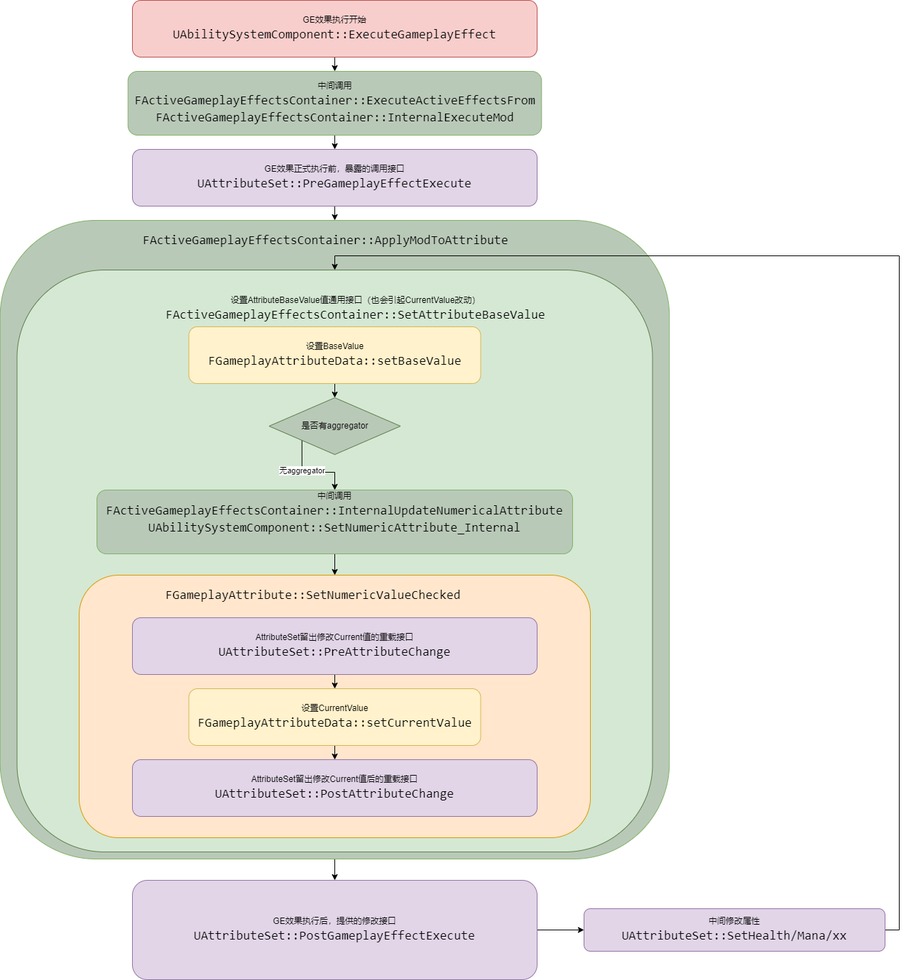
Earlier version of the draw.io export source/_posts/GAS_Learn/GE修改属性示意图.drawio.png (obsidian-zero/obsidian-zero.github.io). Source tidied: cells renumbered, new cells last; positions are measured from the earlier drawing's top-left corner, leaving out a move shared by most shapes.
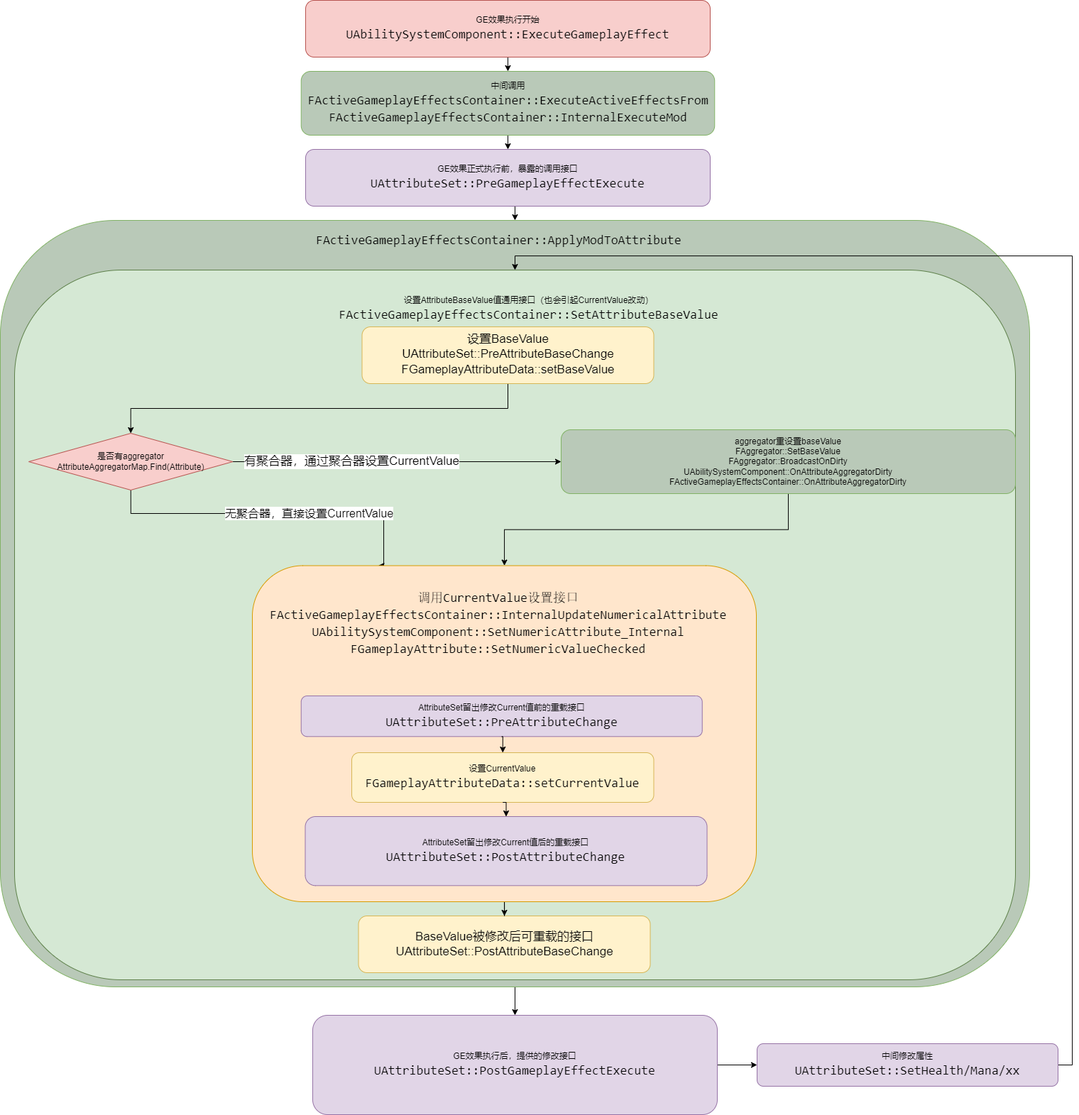
Above is the later version.

Change to the diagram source:
```diff
@@ -24,62 +24,47 @@
       <mxGeometry relative="1" as="geometry" />
     </mxCell>
     <mxCell id="9" style="rounded=1;whiteSpace=wrap;html=1;fillColor=#B9C9B8;strokeColor=#82b366;" parent="1" vertex="1">
-      <mxGeometry x="-0.2" y="310" width="942.5" height="900" as="geometry" />
+      <mxGeometry x="-244" y="310" width="1450" height="1080" as="geometry" />
     </mxCell>
     <mxCell id="10" style="rounded=1;whiteSpace=wrap;html=1;fillColor=#d5e8d4;strokeColor=#5D8049;" parent="1" vertex="1">
-      <mxGeometry x="23.5" y="380" width="895" height="820" as="geometry" />
+      <mxGeometry x="-224" y="380" width="1410" height="1000" as="geometry" />
     </mxCell>
-    <mxCell id="11" style="edgeStyle=orthogonalEdgeStyle;rounded=0;jettySize=auto;html=1;exitX=0.5;exitY=1;exitDx=0;exitDy=0;entryX=0.5;entryY=0;entryDx=0;entryDy=0;fontColor=#000000;" parent="1" edge="1" source="12" target="15">
+    <mxCell id="11" style="edgeStyle=orthogonalEdgeStyle;rounded=0;jettySize=auto;html=1;exitX=0.5;exitY=1;exitDx=0;exitDy=0;" parent="1" edge="1" source="12" target="15">
       <mxGeometry relative="1" as="geometry" />
     </mxCell>
-    <mxCell id="12" value="设置BaseValue&lt;br&gt;&lt;div style=&quot;font-family: Consolas, &amp;quot;Courier New&amp;quot;, monospace; font-size: 18px; line-height: 24px;&quot;&gt;&lt;div style=&quot;line-height: 24px;&quot;&gt;FGameplayAttributeData::setBaseValue&lt;/div&gt;&lt;/div&gt;" style="rounded=1;whiteSpace=wrap;html=1;fillColor=#fff2cc;strokeColor=#d6b656;" parent="1" vertex="1">
+    <mxCell id="12" value="&lt;font style=&quot;font-size: 17px;&quot;&gt;设置BaseValue&lt;br&gt;UAttributeSet::PreAttributeBaseChange&lt;br&gt;&lt;/font&gt;&lt;div style=&quot;line-height: 24px; font-size: 17px;&quot;&gt;&lt;div style=&quot;line-height: 24px;&quot;&gt;&lt;font style=&quot;font-size: 17px;&quot;&gt;FGameplayAttributeData::setBaseValue&lt;/font&gt;&lt;/div&gt;&lt;/div&gt;" style="rounded=1;whiteSpace=wrap;html=1;fillColor=#fff2cc;strokeColor=#d6b656;" parent="1" vertex="1">
       <mxGeometry x="265.5" y="460" width="411" height="80" as="geometry" />
     </mxCell>
-    <mxCell id="13" style="edgeStyle=orthogonalEdgeStyle;rounded=0;jettySize=auto;html=1;exitX=0;exitY=1;exitDx=0;exitDy=0;entryX=0.5;entryY=0;entryDx=0;entryDy=0;fontColor=#000000;" parent="1" edge="1" source="15" target="17">
-      <mxGeometry relative="1" as="geometry" />
-    </mxCell>
-    <mxCell id="14" value="无aggregator" style="edgeLabel;html=1;align=center;verticalAlign=middle;fontColor=#000000;" parent="13" vertex="1">
-      <mxGeometry x="-0.26" relative="1" as="geometry" />
-    </mxCell>
+    <mxCell id="31" style="edgeStyle=orthogonalEdgeStyle;rounded=0;jettySize=auto;html=1;exitX=0.5;exitY=1;exitDx=0;exitDy=0;entryX=0.25;entryY=0;entryDx=0;entryDy=0;" parent="1" edge="1" source="15" target="18">
+      <mxGeometry relative="1" as="geometry">
+        <Array as="points">
+          <mxPoint x="-60" y="723" />
+          <mxPoint x="296" y="723" />
+          <mxPoint x="296" y="797" />
+        </Array>
+      </mxGeometry>
+    </mxCell>
+    <mxCell id="32" value="&lt;font style=&quot;font-size: 16px;&quot;&gt;无聚合器，直接设置CurrentValue&lt;/font&gt;" style="edgeLabel;html=1;align=center;verticalAlign=middle;" parent="31" vertex="1">
+      <mxGeometry x="0.21" y="1" relative="1" as="geometry" />
+    </mxCell>
+    <mxCell id="33" style="edgeStyle=orthogonalEdgeStyle;rounded=0;jettySize=auto;html=1;exitX=1;exitY=0.5;exitDx=0;exitDy=0;fontFamily=Helvetica;fontSize=17;" parent="1" edge="1" source="15" target="37">
+      <mxGeometry relative="1" as="geometry" />
+    </mxCell>
+    <mxCell id="34" value="有聚合器，通过聚合器设置CurrentValue" style="edgeLabel;html=1;align=center;verticalAlign=middle;fontSize=17;fontFamily=Helvetica;" parent="33" vertex="1">
+      <mxGeometry x="-0.28" y="1" relative="1" as="geometry" />
+    </mxCell>
-    <mxCell id="15" value="是否有aggregator" style="rhombus;whiteSpace=wrap;html=1;labelBackgroundColor=none;strokeColor=#5D8049;fontColor=#000000;fillColor=#B9C9B8;" parent="1" vertex="1">
-      <mxGeometry x="378.5" y="560" width="185" height="80" as="geometry" />
+    <mxCell id="15" value="是否有aggregator&lt;br&gt;AttributeAggregatorMap.Find(Attribute)" style="rhombus;whiteSpace=wrap;html=1;labelBackgroundColor=none;strokeColor=#b85450;fillColor=#f8cecc;" parent="1" vertex="1">
+      <mxGeometry x="-204" y="610" width="287.5" height="80" as="geometry" />
     </mxCell>
-    <mxCell id="16" style="edgeStyle=orthogonalEdgeStyle;rounded=0;jettySize=auto;html=1;exitX=0.5;exitY=1;exitDx=0;exitDy=0;fontColor=#000000;" parent="1" edge="1" source="17" target="18">
-      <mxGeometry relative="1" as="geometry" />
-    </mxCell>
-    <mxCell id="17" value="中间调用&lt;br&gt;&lt;div style=&quot;font-family: Consolas, &amp;quot;Courier New&amp;quot;, monospace; font-size: 18px; line-height: 24px;&quot;&gt;FActiveGameplayEffectsContainer::InternalUpdateNumericalAttribute&lt;/div&gt;&lt;div style=&quot;font-family: Consolas, &amp;quot;Courier New&amp;quot;, monospace; font-size: 18px; line-height: 24px;&quot;&gt;&lt;div style=&quot;border-color: var(--border-color); line-height: 24px;&quot;&gt;UAbilitySystemComponent::SetNumericAttribute_Internal&lt;/div&gt;&lt;/div&gt;&lt;div style=&quot;font-family: Consolas, &amp;quot;Courier New&amp;quot;, monospace; font-size: 18px; line-height: 24px;&quot;&gt;&lt;br&gt;&lt;/div&gt;" style="rounded=1;whiteSpace=wrap;html=1;fillColor=#B9C9B8;strokeColor=#82b366;" parent="1" vertex="1">
-      <mxGeometry x="136" y="690" width="670" height="90" as="geometry" />
-    </mxCell>
-    <mxCell id="18" style="rounded=1;whiteSpace=wrap;html=1;fillColor=#ffe6cc;strokeColor=#d79b00;" parent="1" vertex="1">
-      <mxGeometry x="111" y="810" width="720" height="370" as="geometry" />
-    </mxCell>
-    <mxCell id="19" style="edgeStyle=orthogonalEdgeStyle;rounded=0;jettySize=auto;html=1;exitX=0.5;exitY=1;exitDx=0;exitDy=0;entryX=0.5;entryY=0;entryDx=0;entryDy=0;fontColor=#000000;" parent="1" edge="1" source="20" target="22">
-      <mxGeometry relative="1" as="geometry" />
-    </mxCell>
-    <mxCell id="20" value="AttributeSet留出修改Current值的重载接口&lt;br&gt;&lt;div style=&quot;font-family: Consolas, &amp;quot;Courier New&amp;quot;, monospace; font-size: 18px; line-height: 24px;&quot;&gt;UAttributeSet::PreAttributeChange&lt;/div&gt;" style="rounded=1;whiteSpace=wrap;html=1;fillColor=#e1d5e7;strokeColor=#9673a6;" parent="1" vertex="1">
-      <mxGeometry x="186" y="870" width="570" height="80" as="geometry" />
-    </mxCell>
-    <mxCell id="21" style="edgeStyle=orthogonalEdgeStyle;rounded=0;jettySize=auto;html=1;exitX=0.5;exitY=1;exitDx=0;exitDy=0;entryX=0.5;entryY=0;entryDx=0;entryDy=0;fontColor=#000000;" parent="1" edge="1" source="22" target="23">
-      <mxGeometry relative="1" as="geometry" />
-    </mxCell>
-    <mxCell id="22" value="设置CurrentValue&lt;br&gt;&lt;div style=&quot;font-family: Consolas, &amp;quot;Courier New&amp;quot;, monospace; font-size: 18px; line-height: 24px;&quot;&gt;&lt;div style=&quot;line-height: 24px;&quot;&gt;FGameplayAttributeData::setCurrentValue&lt;/div&gt;&lt;/div&gt;" style="rounded=1;whiteSpace=wrap;html=1;fillColor=#fff2cc;strokeColor=#d6b656;" parent="1" vertex="1">
-      <mxGeometry x="265.5" y="970" width="411" height="80" as="geometry" />
-    </mxCell>
-    <mxCell id="23" value="AttributeSet留出修改Current值后的重载接口&lt;br&gt;&lt;div style=&quot;font-family: Consolas, &amp;quot;Courier New&amp;quot;, monospace; font-size: 18px; line-height: 24px;&quot;&gt;UAttributeSet::PostAttributeChange&lt;/div&gt;" style="rounded=1;whiteSpace=wrap;html=1;fillColor=#e1d5e7;strokeColor=#9673a6;" parent="1" vertex="1">
-      <mxGeometry x="186" y="1070" width="570" height="80" as="geometry" />
-    </mxCell>
     <mxCell id="24" style="edgeStyle=orthogonalEdgeStyle;rounded=0;jettySize=auto;html=1;exitX=1;exitY=0.5;exitDx=0;exitDy=0;entryX=0;entryY=0.5;entryDx=0;entryDy=0;fontColor=#000000;" parent="1" edge="1" source="25" target="30">
       <mxGeometry relative="1" as="geometry" />
     </mxCell>
     <mxCell id="25" value="GE效果执行后，提供的修改接口&lt;br&gt;&lt;div style=&quot;font-family: Consolas, &amp;quot;Courier New&amp;quot;, monospace; font-size: 18px; line-height: 24px;&quot;&gt;UAttributeSet::PostGameplayEffectExecute&lt;/div&gt;" style="rounded=1;whiteSpace=wrap;html=1;fillColor=#e1d5e7;strokeColor=#9673a6;" parent="1" vertex="1">
-      <mxGeometry x="186" y="1240" width="570" height="140" as="geometry" />
+      <mxGeometry x="196" y="1430" width="570" height="140" as="geometry" />
     </mxCell>
     <mxCell id="26" value="&lt;h1&gt;&lt;div style=&quot;border-color: var(--border-color); font-weight: 400; text-align: center; font-family: Consolas, &amp;quot;Courier New&amp;quot;, monospace; font-size: 18px; line-height: 24px;&quot;&gt;FActiveGameplayEffectsContainer::ApplyModToAttribute&lt;/div&gt;&lt;/h1&gt;" style="text;html=1;strokeColor=none;fillColor=none;spacing=5;spacingTop=-20;whiteSpace=wrap;overflow=hidden;rounded=0;fontColor=#000000;" parent="1" vertex="1">
       <mxGeometry x="196" y="320" width="590" height="40" as="geometry" />
     </mxCell>
-    <mxCell id="27" value="&lt;h1&gt;&lt;div style=&quot;border-color: var(--border-color); font-weight: 400; text-align: center; font-family: Consolas, &amp;quot;Courier New&amp;quot;, monospace; font-size: 18px; line-height: 24px;&quot;&gt;&lt;div style=&quot;border-color: var(--border-color); line-height: 24px;&quot;&gt;FGameplayAttribute::SetNumericValueChecked&lt;/div&gt;&lt;/div&gt;&lt;/h1&gt;" style="text;html=1;strokeColor=none;fillColor=none;spacing=5;spacingTop=-20;whiteSpace=wrap;overflow=hidden;rounded=0;fontColor=#000000;" parent="1" vertex="1">
-      <mxGeometry x="227.9" y="820" width="486.2" height="40" as="geometry" />
-    </mxCell>
     <mxCell id="28" value="设置AttributeBaseValue值通用接口（也会引起CurrentValue改动）&lt;br style=&quot;border-color: var(--border-color);&quot;&gt;&lt;div style=&quot;border-color: var(--border-color); font-family: Consolas, &amp;quot;Courier New&amp;quot;, monospace; font-size: 18px; line-height: 24px;&quot;&gt;FActiveGameplayEffectsContainer::SetAttributeBaseValue&lt;/div&gt;" style="text;html=1;strokeColor=none;fillColor=none;align=center;verticalAlign=middle;whiteSpace=wrap;rounded=0;fontColor=#000000;" parent="1" vertex="1">
       <mxGeometry x="305" y="420" width="391" height="30" as="geometry" />
     </mxCell>
@@ -87,7 +72,40 @@
       <mxGeometry relative="1" as="geometry" />
     </mxCell>
     <mxCell id="30" value="中间修改属性&lt;br style=&quot;border-color: var(--border-color);&quot;&gt;&lt;div style=&quot;border-color: var(--border-color); font-family: Consolas, &amp;quot;Courier New&amp;quot;, monospace; font-size: 18px; line-height: 24px;&quot;&gt;UAttributeSet::SetHealth/Mana/xx&lt;/div&gt;" style="rounded=1;whiteSpace=wrap;html=1;labelBackgroundColor=none;strokeColor=#9673a6;fillColor=#e1d5e7;" parent="1" vertex="1">
-      <mxGeometry x="822" y="1280" width="424" height="60" as="geometry" />
+      <mxGeometry x="822" y="1470" width="424" height="60" as="geometry" />
     </mxCell>
+    <mxCell id="35" value="&lt;font style=&quot;font-size: 17px;&quot;&gt;BaseValue被修改后可重载的接口&lt;br&gt;UAttributeSet::PostAttributeBaseChange&lt;br&gt;&lt;/font&gt;" style="rounded=1;whiteSpace=wrap;html=1;fillColor=#fff2cc;strokeColor=#d6b656;" parent="1" vertex="1">
+      <mxGeometry x="260.5" y="1290" width="411" height="80" as="geometry" />
+    </mxCell>
+    <mxCell id="36" style="edgeStyle=orthogonalEdgeStyle;rounded=0;jettySize=auto;html=1;exitX=0.5;exitY=1;exitDx=0;exitDy=0;fontFamily=Helvetica;fontSize=17;" parent="1" edge="1" source="37" target="18">
+      <mxGeometry relative="1" as="geometry" />
+    </mxCell>
+    <mxCell id="37" value="aggregator重设置baseValue&lt;br&gt;FAggregator::SetBaseValue&lt;br&gt;FAggregator::BroadcastOnDirty&lt;br&gt;UAbilitySystemComponent::OnAttributeAggregatorDirty&lt;br&gt;FActiveGameplayEffectsContainer::OnAttributeAggregatorDirty" style="rounded=1;whiteSpace=wrap;html=1;fillColor=#B9C9B8;strokeColor=#82b366;" parent="1" vertex="1">
+      <mxGeometry x="546" y="605" width="640" height="90" as="geometry" />
+    </mxCell>
+    <mxCell id="38" style="edgeStyle=orthogonalEdgeStyle;rounded=0;jettySize=auto;html=1;exitX=0.5;exitY=1;exitDx=0;exitDy=0;fontFamily=Helvetica;fontSize=17;" parent="1" edge="1" source="18" target="35">
+      <mxGeometry relative="1" as="geometry" />
+    </mxCell>
+    <mxCell id="18" style="rounded=1;whiteSpace=wrap;html=1;fillColor=#ffe6cc;strokeColor=#d79b00;" parent="1" vertex="1">
+      <mxGeometry x="111" y="796.5" width="710" height="473.5" as="geometry" />
+    </mxCell>
+    <mxCell id="20" value="AttributeSet留出修改Current值前的重载接口&lt;br&gt;&lt;div style=&quot;font-family: Consolas, &amp;quot;Courier New&amp;quot;, monospace; font-size: 18px; line-height: 24px;&quot;&gt;UAttributeSet::PreAttributeChange&lt;/div&gt;" style="rounded=1;whiteSpace=wrap;html=1;fillColor=#e1d5e7;strokeColor=#9673a6;" parent="1" vertex="1">
+      <mxGeometry x="179.8" y="980" width="565" height="57.3" as="geometry" />
+    </mxCell>
+    <mxCell id="22" value="设置CurrentValue&lt;br&gt;&lt;div style=&quot;font-family: Consolas, &amp;quot;Courier New&amp;quot;, monospace; font-size: 18px; line-height: 24px;&quot;&gt;&lt;div style=&quot;line-height: 24px;&quot;&gt;FGameplayAttributeData::setCurrentValue&lt;/div&gt;&lt;/div&gt;" style="rounded=1;whiteSpace=wrap;html=1;fillColor=#fff2cc;strokeColor=#d6b656;" parent="1" vertex="1">
+      <mxGeometry x="251" y="1060" width="425.5" height="70" as="geometry" />
+    </mxCell>
+    <mxCell id="23" value="AttributeSet留出修改Current值后的重载接口&lt;br&gt;&lt;div style=&quot;font-family: Consolas, &amp;quot;Courier New&amp;quot;, monospace; font-size: 18px; line-height: 24px;&quot;&gt;UAttributeSet::PostAttributeChange&lt;/div&gt;" style="rounded=1;whiteSpace=wrap;html=1;fillColor=#e1d5e7;strokeColor=#9673a6;" parent="1" vertex="1">
+      <mxGeometry x="185.5" y="1150" width="566" height="97.3" as="geometry" />
+    </mxCell>
+    <mxCell id="27" value="&lt;h1&gt;&lt;div style=&quot;border-color: var(--border-color); font-weight: 400; text-align: center; font-family: Consolas, &amp;quot;Courier New&amp;quot;, monospace; font-size: 18px; line-height: 24px;&quot;&gt;&lt;div style=&quot;border-color: var(--border-color); line-height: 24px;&quot;&gt;调用CurrentValue设置接口&lt;br style=&quot;border-color: var(--border-color); font-family: Helvetica; font-size: 12px;&quot;&gt;&lt;div style=&quot;border-color: var(--border-color); line-height: 24px;&quot;&gt;FActiveGameplayEffectsContainer::InternalUpdateNumericalAttribute&lt;/div&gt;&lt;div style=&quot;border-color: var(--border-color); line-height: 24px;&quot;&gt;&lt;div style=&quot;border-color: var(--border-color); line-height: 24px;&quot;&gt;UAbilitySystemComponent::SetNumericAttribute_Internal&lt;/div&gt;&lt;/div&gt;&lt;/div&gt;&lt;div style=&quot;border-color: var(--border-color); line-height: 24px;&quot;&gt;FGameplayAttribute::SetNumericValueChecked&lt;/div&gt;&lt;/div&gt;&lt;/h1&gt;" style="text;html=1;strokeColor=none;fillColor=none;spacing=5;spacingTop=-20;whiteSpace=wrap;overflow=hidden;rounded=0;fontColor=#000000;" parent="1" vertex="1">
+      <mxGeometry x="131" y="824.3" width="675" height="111.3" as="geometry" />
+    </mxCell>
+    <mxCell id="19" style="edgeStyle=orthogonalEdgeStyle;rounded=0;jettySize=auto;html=1;exitX=0.5;exitY=1;exitDx=0;exitDy=0;entryX=0.5;entryY=0;entryDx=0;entryDy=0;fontColor=#000000;" parent="1" edge="1" source="20" target="22">
+      <mxGeometry relative="1" as="geometry" />
+    </mxCell>
+    <mxCell id="21" style="edgeStyle=orthogonalEdgeStyle;rounded=0;jettySize=auto;html=1;exitX=0.5;exitY=1;exitDx=0;exitDy=0;entryX=0.5;entryY=0;entryDx=0;entryDy=0;fontColor=#000000;" parent="1" edge="1" source="22" target="23">
+      <mxGeometry relative="1" as="geometry" />
+    </mxCell>
   </root>
 </mxGraphModel>
```
